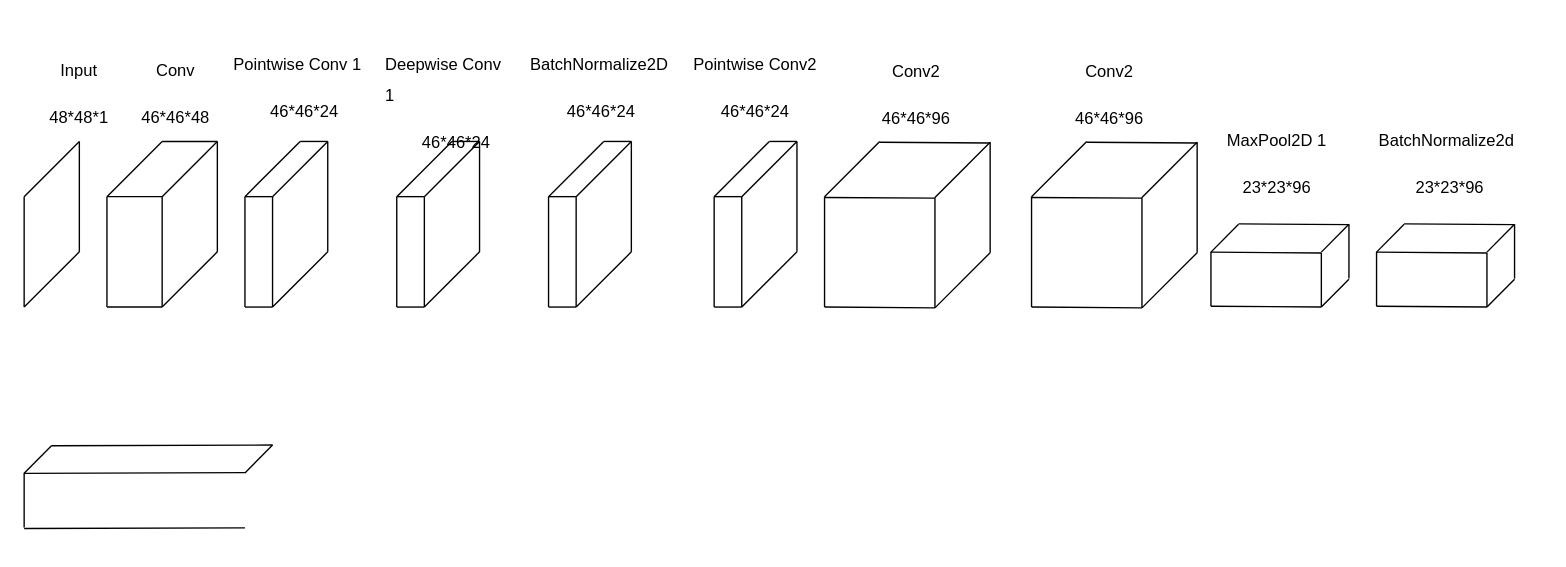
Above: facts tha3o.drawio in BienGudBoy/draws (draw.io), before the change. Source tidied: cells renumbered, new cells numbered last; positions are measured from the earlier drawing's top-left corner, leaving out a move shared by most shapes. Both pictures are drawn from the tidied source at 138%, with x=0, y=0 at pixel (23, 23).
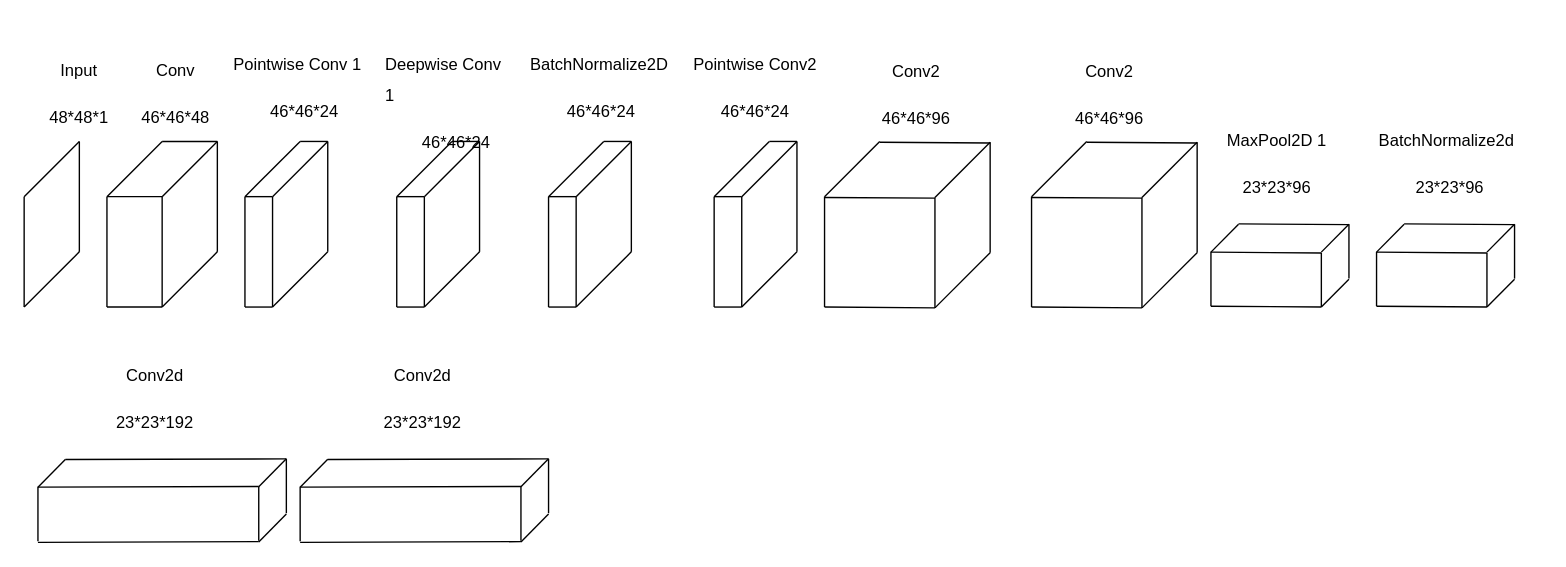
After the change.

Commit message (it also covers changes not shown here):
Cập nhật facts tha3o.drawio

Diff of the diagram source:
```diff
@@
+    <mxCell id="107" style="group;" parent="1" vertex="1">
+      <mxGeometry x="200" y="315" width="180" height="60.5" as="geometry" />
+    </mxCell>
-    <mxCell id="101" style="endArrow=none;html=1;rounded=0;" parent="1" edge="1">
+    <mxCell id="101" style="endArrow=none;html=1;rounded=0;" parent="107" edge="1">
       <mxGeometry relative="1" as="geometry">
-        <mxPoint y="364.7" as="sourcePoint" />
-        <mxPoint y="325.3" as="targetPoint" />
+        <mxPoint y="59.7" as="sourcePoint" />
+        <mxPoint y="20.3" as="targetPoint" />
       </mxGeometry>
     </mxCell>
-    <mxCell id="102" style="endArrow=none;html=1;rounded=0;" parent="1" edge="1">
+    <mxCell id="102" style="endArrow=none;html=1;rounded=0;" parent="107" edge="1">
       <mxGeometry relative="1" as="geometry">
-        <mxPoint y="325.5" as="sourcePoint" />
-        <mxPoint x="160" y="325" as="targetPoint" />
+        <mxPoint y="20.5" as="sourcePoint" />
+        <mxPoint x="160" y="20" as="targetPoint" />
       </mxGeometry>
     </mxCell>
-    <mxCell id="103" style="endArrow=none;html=1;rounded=0;" parent="1" edge="1">
+    <mxCell id="103" style="endArrow=none;html=1;rounded=0;" parent="107" edge="1">
       <mxGeometry relative="1" as="geometry">
-        <mxPoint y="325.5" as="sourcePoint" />
-        <mxPoint x="20" y="305.3" as="targetPoint" />
+        <mxPoint y="20.5" as="sourcePoint" />
+        <mxPoint x="20" y="0.3" as="targetPoint" />
       </mxGeometry>
     </mxCell>
-    <mxCell id="104" style="endArrow=none;html=1;rounded=0;" parent="1" edge="1">
+    <mxCell id="104" style="endArrow=none;html=1;rounded=0;" parent="107" edge="1">
       <mxGeometry relative="1" as="geometry">
-        <mxPoint y="365.5" as="sourcePoint" />
-        <mxPoint x="160" y="365" as="targetPoint" />
+        <mxPoint y="60.5" as="sourcePoint" />
+        <mxPoint x="160" y="60" as="targetPoint" />
       </mxGeometry>
     </mxCell>
-    <mxCell id="105" style="endArrow=none;html=1;rounded=0;" parent="1" edge="1">
+    <mxCell id="105" style="endArrow=none;html=1;rounded=0;" parent="107" edge="1">
       <mxGeometry relative="1" as="geometry">
-        <mxPoint x="20" y="305.5" as="sourcePoint" />
-        <mxPoint x="180" y="305" as="targetPoint" />
+        <mxPoint x="20" y="0.5" as="sourcePoint" />
+        <mxPoint x="180" as="targetPoint" />
       </mxGeometry>
     </mxCell>
-    <mxCell id="106" style="endArrow=none;html=1;rounded=0;" parent="1" edge="1">
+    <mxCell id="106" style="endArrow=none;html=1;rounded=0;" parent="107" edge="1">
       <mxGeometry relative="1" as="geometry">
-        <mxPoint x="160" y="325.2" as="sourcePoint" />
-        <mxPoint x="180" y="305" as="targetPoint" />
+        <mxPoint x="160" y="20.2" as="sourcePoint" />
+        <mxPoint x="180" as="targetPoint" />
       </mxGeometry>
     </mxCell>
+    <mxCell id="108" style="endArrow=none;html=1;rounded=0;" parent="107" edge="1">
+      <mxGeometry relative="1" as="geometry">
+        <mxPoint x="160" y="60.2" as="sourcePoint" />
+        <mxPoint x="180" y="40" as="targetPoint" />
+      </mxGeometry>
+    </mxCell>
+    <mxCell id="109" style="endArrow=none;html=1;rounded=0;" parent="107" edge="1">
+      <mxGeometry relative="1" as="geometry">
+        <mxPoint x="160" y="59.4" as="sourcePoint" />
+        <mxPoint x="160" y="20" as="targetPoint" />
+      </mxGeometry>
+    </mxCell>
+    <mxCell id="110" style="endArrow=none;html=1;rounded=0;" parent="107" edge="1">
+      <mxGeometry relative="1" as="geometry">
+        <mxPoint x="180" y="39.4" as="sourcePoint" />
+        <mxPoint x="180" as="targetPoint" />
+      </mxGeometry>
+    </mxCell>
+    <mxCell id="111" value="&lt;p class=&quot;cvGsUA direction-ltr align-center para-style-body&quot; style=&quot;color: rgb(0, 0, 0); font-family: &amp;quot;YAFdJllHsUM 0&amp;quot;, _fb_, auto; --fontSize: 16px; --lineHeight: 1.4; text-transform: none; line-height: 22px;&quot;&gt;&lt;span class=&quot;OYPEnA text-decoration-none text-strikethrough-none&quot; style=&quot;color: rgb(0, 0, 0); font-weight: 400; font-style: normal;&quot;&gt;Conv2d&lt;/span&gt;&lt;/p&gt;&lt;p class=&quot;cvGsUA direction-ltr align-center para-style-body&quot; style=&quot;color: rgb(0, 0, 0); font-family: &amp;quot;YAFdJllHsUM 0&amp;quot;, _fb_, auto; --fontSize: 16px; --lineHeight: 1.4; text-transform: none; line-height: 22px;&quot;&gt;&lt;span class=&quot;OYPEnA text-decoration-none text-strikethrough-none&quot; style=&quot;color: rgb(0, 0, 0); font-weight: 400; font-style: normal;&quot;&gt;23*23*192&lt;/span&gt;&lt;/p&gt;" style="text;whiteSpace=wrap;html=1;align=center;" parent="1" vertex="1">
+      <mxGeometry x="50" y="225" width="90" height="100" as="geometry" />
+    </mxCell>
+    <mxCell id="112" style="group;" parent="1" vertex="1">
+      <mxGeometry x="10" y="315" width="180" height="60.5" as="geometry" />
+    </mxCell>
+    <mxCell id="113" style="endArrow=none;html=1;rounded=0;" parent="112" edge="1">
+      <mxGeometry relative="1" as="geometry">
+        <mxPoint y="59.7" as="sourcePoint" />
+        <mxPoint y="20.3" as="targetPoint" />
+      </mxGeometry>
+    </mxCell>
+    <mxCell id="114" style="endArrow=none;html=1;rounded=0;" parent="112" edge="1">
+      <mxGeometry relative="1" as="geometry">
+        <mxPoint y="20.5" as="sourcePoint" />
+        <mxPoint x="160" y="20" as="targetPoint" />
+      </mxGeometry>
+    </mxCell>
+    <mxCell id="115" style="endArrow=none;html=1;rounded=0;" parent="112" edge="1">
+      <mxGeometry relative="1" as="geometry">
+        <mxPoint y="20.5" as="sourcePoint" />
+        <mxPoint x="20" y="0.3" as="targetPoint" />
+      </mxGeometry>
+    </mxCell>
+    <mxCell id="116" style="endArrow=none;html=1;rounded=0;" parent="112" edge="1">
+      <mxGeometry relative="1" as="geometry">
+        <mxPoint y="60.5" as="sourcePoint" />
+        <mxPoint x="160" y="60" as="targetPoint" />
+      </mxGeometry>
+    </mxCell>
+    <mxCell id="117" style="endArrow=none;html=1;rounded=0;" parent="112" edge="1">
+      <mxGeometry relative="1" as="geometry">
+        <mxPoint x="20" y="0.5" as="sourcePoint" />
+        <mxPoint x="180" as="targetPoint" />
+      </mxGeometry>
+    </mxCell>
+    <mxCell id="118" style="endArrow=none;html=1;rounded=0;" parent="112" edge="1">
+      <mxGeometry relative="1" as="geometry">
+        <mxPoint x="160" y="20.2" as="sourcePoint" />
+        <mxPoint x="180" as="targetPoint" />
+      </mxGeometry>
+    </mxCell>
+    <mxCell id="119" style="endArrow=none;html=1;rounded=0;" parent="112" edge="1">
+      <mxGeometry relative="1" as="geometry">
+        <mxPoint x="160" y="60.2" as="sourcePoint" />
+        <mxPoint x="180" y="40" as="targetPoint" />
+      </mxGeometry>
+    </mxCell>
+    <mxCell id="120" style="endArrow=none;html=1;rounded=0;" parent="112" edge="1">
+      <mxGeometry relative="1" as="geometry">
+        <mxPoint x="160" y="59.4" as="sourcePoint" />
+        <mxPoint x="160" y="20" as="targetPoint" />
+      </mxGeometry>
+    </mxCell>
+    <mxCell id="121" style="endArrow=none;html=1;rounded=0;" parent="112" edge="1">
+      <mxGeometry relative="1" as="geometry">
+        <mxPoint x="180" y="39.4" as="sourcePoint" />
+        <mxPoint x="180" as="targetPoint" />
+      </mxGeometry>
+    </mxCell>
+    <mxCell id="122" value="&lt;p class=&quot;cvGsUA direction-ltr align-center para-style-body&quot; style=&quot;color: rgb(0, 0, 0); font-family: &amp;quot;YAFdJllHsUM 0&amp;quot;, _fb_, auto; --fontSize: 16px; --lineHeight: 1.4; text-transform: none; line-height: 22px;&quot;&gt;&lt;span class=&quot;OYPEnA text-decoration-none text-strikethrough-none&quot; style=&quot;color: rgb(0, 0, 0); font-weight: 400; font-style: normal;&quot;&gt;Conv2d&lt;/span&gt;&lt;/p&gt;&lt;p class=&quot;cvGsUA direction-ltr align-center para-style-body&quot; style=&quot;color: rgb(0, 0, 0); font-family: &amp;quot;YAFdJllHsUM 0&amp;quot;, _fb_, auto; --fontSize: 16px; --lineHeight: 1.4; text-transform: none; line-height: 22px;&quot;&gt;&lt;span class=&quot;OYPEnA text-decoration-none text-strikethrough-none&quot; style=&quot;color: rgb(0, 0, 0); font-weight: 400; font-style: normal;&quot;&gt;23*23*192&lt;/span&gt;&lt;/p&gt;" style="text;whiteSpace=wrap;html=1;align=center;" parent="1" vertex="1">
+      <mxGeometry x="244" y="225" width="90" height="100" as="geometry" />
+    </mxCell>
```
